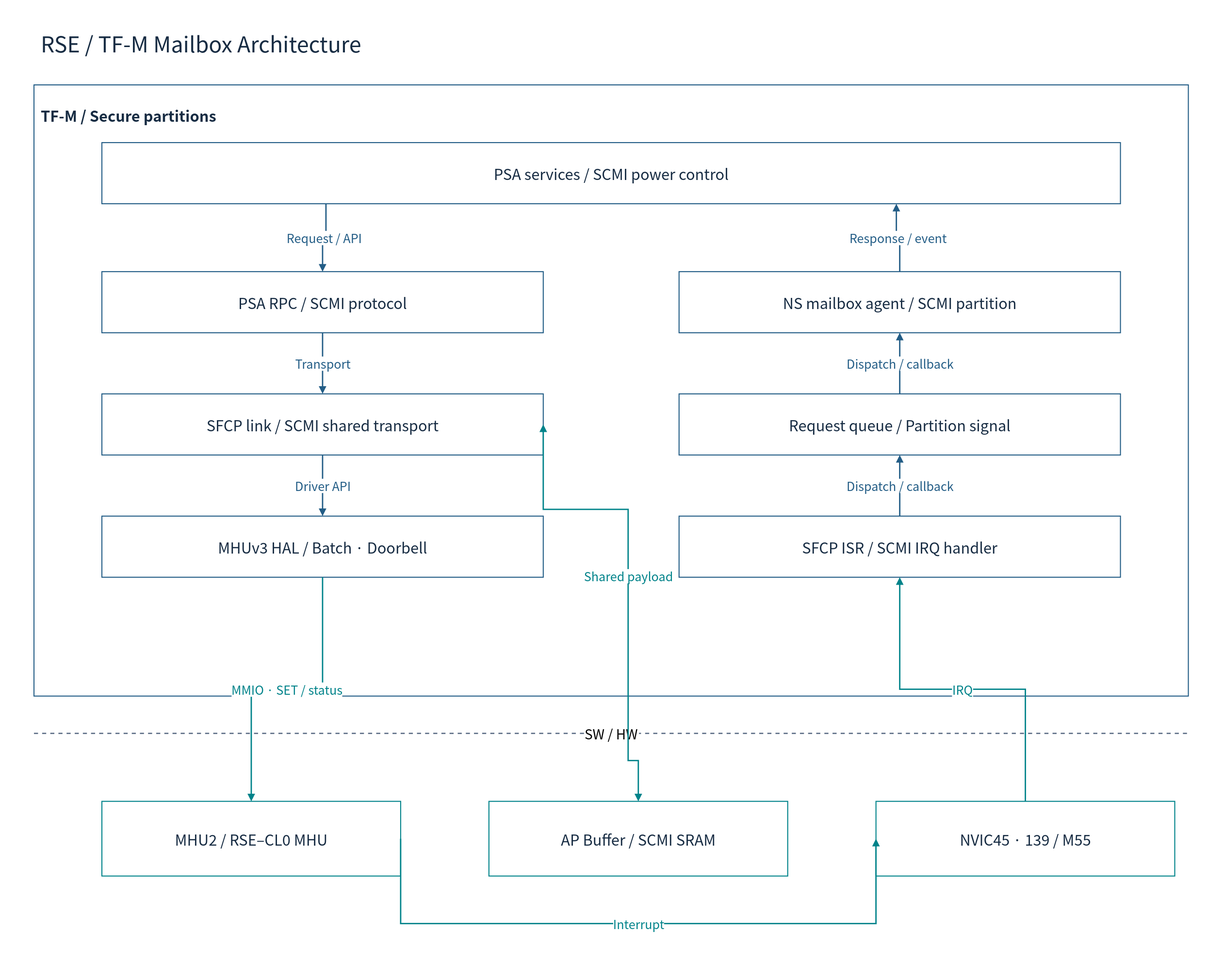
Above: doc/phase1/mailbox/diagrams/21-tfm-software.drawio.svg in cometzero/project-apollo (draw.io), before the change. Source tidied: cells renumbered, new cells last; positions are measured from the earlier drawing's top-left corner, leaving out a move shared by most shapes.
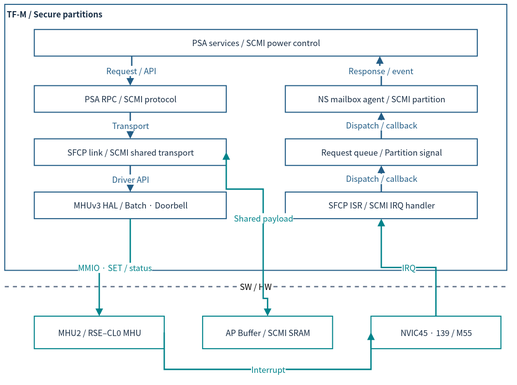
After the change.

What changed in the source:
```diff
@@ -2,88 +2,82 @@
   <root>
     <mxCell id="0" />
     <mxCell id="1" parent="0" />
-    <mxCell id="2" style="rounded=0;whiteSpace=wrap;html=1;fillColor=#FFFFFF;strokeColor=none;strokeWidth=1.5;fontColor=#172C43;fontFamily=Noto Sans CJK KR;fontSize=22;spacing=10;" parent="1" vertex="1">
-      <mxGeometry width="1800" height="1420" as="geometry" />
-    </mxCell>
-    <mxCell id="3" value="RSE / TF-M Mailbox Architecture" style="rounded=0;whiteSpace=wrap;html=1;fillColor=#FFFFFF;strokeColor=none;strokeWidth=1.5;fontColor=#172C43;fontFamily=Noto Sans CJK KR;fontSize=22;spacing=10;fontSize=32;align=left;" parent="1" vertex="1">
-      <mxGeometry x="50" y="30" width="1700" height="65" as="geometry" />
-    </mxCell>
-    <mxCell id="4" value="TF-M / Secure partitions" style="rounded=0;whiteSpace=wrap;html=1;fillColor=#FFFFFF;strokeColor=#235D86;strokeWidth=1.5;fontColor=#172C43;fontFamily=Noto Sans CJK KR;fontSize=22;spacing=10;verticalAlign=top;fontStyle=1;spacingTop=16;align=left;" parent="1" vertex="1">
-      <mxGeometry x="50" y="125" width="1700" height="900" as="geometry" />
+    <mxCell id="4" value="TF-M / Secure partitions" style="rounded=0;whiteSpace=wrap;html=1;fillColor=#FFFFFF;strokeColor=#235D86;strokeWidth=1.5;fontColor=#172C43;fontFamily=Noto Sans CJK KR;verticalAlign=top;fontStyle=1;align=left;fontSize=12;spacing=3;whiteSpace=wrap;" parent="1" vertex="1">
+      <mxGeometry x="12" y="29.4" width="740" height="391.8" as="geometry" />
     </mxCell>
-    <mxCell id="5" value="PSA services / SCMI power control" style="rounded=0;whiteSpace=wrap;html=1;fillColor=#FFFFFF;strokeColor=#235D86;strokeWidth=1.5;fontColor=#172C43;fontFamily=Noto Sans CJK KR;fontSize=22;spacing=10;" parent="4" vertex="1">
-      <mxGeometry x="100" y="85" width="1500" height="90" as="geometry" />
+    <mxCell id="5" value="PSA services / SCMI power control" style="rounded=0;whiteSpace=wrap;html=1;fillColor=#FFFFFF;strokeColor=#235D86;strokeWidth=1.5;fontColor=#172C43;fontFamily=Noto Sans CJK KR;fontSize=12;spacing=3;whiteSpace=wrap;" parent="4" vertex="1">
+      <mxGeometry x="43.5" y="37" width="652.9" height="39.2" as="geometry" />
     </mxCell>
-    <mxCell id="6" value="PSA RPC / SCMI protocol" style="rounded=0;whiteSpace=wrap;html=1;fillColor=#FFFFFF;strokeColor=#235D86;strokeWidth=1.5;fontColor=#172C43;fontFamily=Noto Sans CJK KR;fontSize=22;spacing=10;" parent="4" vertex="1">
-      <mxGeometry x="100" y="275" width="650" height="90" as="geometry" />
+    <mxCell id="6" value="PSA RPC / SCMI protocol" style="rounded=0;whiteSpace=wrap;html=1;fillColor=#FFFFFF;strokeColor=#235D86;strokeWidth=1.5;fontColor=#172C43;fontFamily=Noto Sans CJK KR;fontSize=12;spacing=3;whiteSpace=wrap;" parent="4" vertex="1">
+      <mxGeometry x="43.5" y="119.7" width="282.9" height="39.2" as="geometry" />
     </mxCell>
-    <mxCell id="7" value="SFCP link / SCMI shared transport" style="rounded=0;whiteSpace=wrap;html=1;fillColor=#FFFFFF;strokeColor=#235D86;strokeWidth=1.5;fontColor=#172C43;fontFamily=Noto Sans CJK KR;fontSize=22;spacing=10;" parent="4" vertex="1">
-      <mxGeometry x="100" y="455" width="650" height="90" as="geometry" />
+    <mxCell id="7" value="SFCP link / SCMI shared transport" style="rounded=0;whiteSpace=wrap;html=1;fillColor=#FFFFFF;strokeColor=#235D86;strokeWidth=1.5;fontColor=#172C43;fontFamily=Noto Sans CJK KR;fontSize=12;spacing=3;whiteSpace=wrap;" parent="4" vertex="1">
+      <mxGeometry x="43.5" y="198.1" width="282.9" height="39.2" as="geometry" />
     </mxCell>
-    <mxCell id="8" value="MHUv3 HAL / Batch · Doorbell" style="rounded=0;whiteSpace=wrap;html=1;fillColor=#FFFFFF;strokeColor=#235D86;strokeWidth=1.5;fontColor=#172C43;fontFamily=Noto Sans CJK KR;fontSize=22;spacing=10;" parent="4" vertex="1">
-      <mxGeometry x="100" y="635" width="650" height="90" as="geometry" />
+    <mxCell id="8" value="MHUv3 HAL / Batch · Doorbell" style="rounded=0;whiteSpace=wrap;html=1;fillColor=#FFFFFF;strokeColor=#235D86;strokeWidth=1.5;fontColor=#172C43;fontFamily=Noto Sans CJK KR;fontSize=12;spacing=3;whiteSpace=wrap;" parent="4" vertex="1">
+      <mxGeometry x="43.5" y="276.4" width="282.9" height="39.2" as="geometry" />
     </mxCell>
-    <mxCell id="9" value="NS mailbox agent / SCMI partition" style="rounded=0;whiteSpace=wrap;html=1;fillColor=#FFFFFF;strokeColor=#235D86;strokeWidth=1.5;fontColor=#172C43;fontFamily=Noto Sans CJK KR;fontSize=22;spacing=10;" parent="4" vertex="1">
-      <mxGeometry x="950" y="275" width="650" height="90" as="geometry" />
+    <mxCell id="9" value="NS mailbox agent / SCMI partition" style="rounded=0;whiteSpace=wrap;html=1;fillColor=#FFFFFF;strokeColor=#235D86;strokeWidth=1.5;fontColor=#172C43;fontFamily=Noto Sans CJK KR;fontSize=12;spacing=3;whiteSpace=wrap;" parent="4" vertex="1">
+      <mxGeometry x="413.5" y="119.7" width="282.9" height="39.2" as="geometry" />
     </mxCell>
-    <mxCell id="10" value="Request queue / Partition signal" style="rounded=0;whiteSpace=wrap;html=1;fillColor=#FFFFFF;strokeColor=#235D86;strokeWidth=1.5;fontColor=#172C43;fontFamily=Noto Sans CJK KR;fontSize=22;spacing=10;" parent="4" vertex="1">
-      <mxGeometry x="950" y="455" width="650" height="90" as="geometry" />
+    <mxCell id="10" value="Request queue / Partition signal" style="rounded=0;whiteSpace=wrap;html=1;fillColor=#FFFFFF;strokeColor=#235D86;strokeWidth=1.5;fontColor=#172C43;fontFamily=Noto Sans CJK KR;fontSize=12;spacing=3;whiteSpace=wrap;" parent="4" vertex="1">
+      <mxGeometry x="413.5" y="198.1" width="282.9" height="39.2" as="geometry" />
     </mxCell>
-    <mxCell id="11" value="SFCP ISR / SCMI IRQ handler" style="rounded=0;whiteSpace=wrap;html=1;fillColor=#FFFFFF;strokeColor=#235D86;strokeWidth=1.5;fontColor=#172C43;fontFamily=Noto Sans CJK KR;fontSize=22;spacing=10;" parent="4" vertex="1">
-      <mxGeometry x="950" y="635" width="650" height="90" as="geometry" />
+    <mxCell id="11" value="SFCP ISR / SCMI IRQ handler" style="rounded=0;whiteSpace=wrap;html=1;fillColor=#FFFFFF;strokeColor=#235D86;strokeWidth=1.5;fontColor=#172C43;fontFamily=Noto Sans CJK KR;fontSize=12;spacing=3;whiteSpace=wrap;" parent="4" vertex="1">
+      <mxGeometry x="413.5" y="276.4" width="282.9" height="39.2" as="geometry" />
     </mxCell>
-    <mxCell id="12" value="Request / API" style="edgeStyle=orthogonalEdgeStyle;rounded=0;html=1;endArrow=block;endFill=1;strokeWidth=2;strokeColor=#235D86;fontColor=#235D86;fontFamily=Noto Sans CJK KR;fontSize=18;labelBackgroundColor=#FFFFFF;exitX=0.22;exitY=1;entryX=0.5;entryY=0;" parent="1" edge="1" source="5" target="6">
+    <mxCell id="12" value="Request / API" style="edgeStyle=orthogonalEdgeStyle;rounded=0;html=1;endArrow=block;endFill=1;strokeWidth=2;strokeColor=#235D86;fontColor=#235D86;fontFamily=Noto Sans CJK KR;labelBackgroundColor=#FFFFFF;exitX=0.22;exitY=1;entryX=0.5;entryY=0;fontSize=12;spacing=3;whiteSpace=nowrap;" parent="1" edge="1" source="5" target="6">
       <mxGeometry relative="1" as="geometry" />
     </mxCell>
-    <mxCell id="13" value="Transport" style="edgeStyle=orthogonalEdgeStyle;rounded=0;html=1;endArrow=block;endFill=1;strokeWidth=2;strokeColor=#235D86;fontColor=#235D86;fontFamily=Noto Sans CJK KR;fontSize=18;labelBackgroundColor=#FFFFFF;exitX=0.5;exitY=1;entryX=0.5;entryY=0;" parent="1" edge="1" source="6" target="7">
+    <mxCell id="13" value="Transport" style="edgeStyle=orthogonalEdgeStyle;rounded=0;html=1;endArrow=block;endFill=1;strokeWidth=2;strokeColor=#235D86;fontColor=#235D86;fontFamily=Noto Sans CJK KR;labelBackgroundColor=#FFFFFF;exitX=0.5;exitY=1;entryX=0.5;entryY=0;fontSize=12;spacing=3;whiteSpace=nowrap;" parent="1" edge="1" source="6" target="7">
       <mxGeometry relative="1" as="geometry" />
     </mxCell>
-    <mxCell id="14" value="Driver API" style="edgeStyle=orthogonalEdgeStyle;rounded=0;html=1;endArrow=block;endFill=1;strokeWidth=2;strokeColor=#235D86;fontColor=#235D86;fontFamily=Noto Sans CJK KR;fontSize=18;labelBackgroundColor=#FFFFFF;exitX=0.5;exitY=1;entryX=0.5;entryY=0;" parent="1" edge="1" source="7" target="8">
+    <mxCell id="14" value="Driver API" style="edgeStyle=orthogonalEdgeStyle;rounded=0;html=1;endArrow=block;endFill=1;strokeWidth=2;strokeColor=#235D86;fontColor=#235D86;fontFamily=Noto Sans CJK KR;labelBackgroundColor=#FFFFFF;exitX=0.5;exitY=1;entryX=0.5;entryY=0;fontSize=12;spacing=3;whiteSpace=nowrap;" parent="1" edge="1" source="7" target="8">
       <mxGeometry relative="1" as="geometry" />
     </mxCell>
-    <mxCell id="15" value="Dispatch / callback" style="edgeStyle=orthogonalEdgeStyle;rounded=0;html=1;endArrow=block;endFill=1;strokeWidth=2;strokeColor=#235D86;fontColor=#235D86;fontFamily=Noto Sans CJK KR;fontSize=18;labelBackgroundColor=#FFFFFF;exitX=0.5;exitY=0;entryX=0.5;entryY=1;" parent="1" edge="1" source="10" target="9">
+    <mxCell id="15" value="Dispatch / callback" style="edgeStyle=orthogonalEdgeStyle;rounded=0;html=1;endArrow=block;endFill=1;strokeWidth=2;strokeColor=#235D86;fontColor=#235D86;fontFamily=Noto Sans CJK KR;labelBackgroundColor=#FFFFFF;exitX=0.5;exitY=0;entryX=0.5;entryY=1;fontSize=12;spacing=3;whiteSpace=nowrap;" parent="1" edge="1" source="10" target="9">
       <mxGeometry relative="1" as="geometry" />
     </mxCell>
-    <mxCell id="16" value="Dispatch / callback" style="edgeStyle=orthogonalEdgeStyle;rounded=0;html=1;endArrow=block;endFill=1;strokeWidth=2;strokeColor=#235D86;fontColor=#235D86;fontFamily=Noto Sans CJK KR;fontSize=18;labelBackgroundColor=#FFFFFF;exitX=0.5;exitY=0;entryX=0.5;entryY=1;" parent="1" edge="1" source="11" target="10">
+    <mxCell id="16" value="Dispatch / callback" style="edgeStyle=orthogonalEdgeStyle;rounded=0;html=1;endArrow=block;endFill=1;strokeWidth=2;strokeColor=#235D86;fontColor=#235D86;fontFamily=Noto Sans CJK KR;labelBackgroundColor=#FFFFFF;exitX=0.5;exitY=0;entryX=0.5;entryY=1;fontSize=12;spacing=3;whiteSpace=nowrap;" parent="1" edge="1" source="11" target="10">
       <mxGeometry relative="1" as="geometry" />
     </mxCell>
-    <mxCell id="17" value="Response / event" style="edgeStyle=orthogonalEdgeStyle;rounded=0;html=1;endArrow=block;endFill=1;strokeWidth=2;strokeColor=#235D86;fontColor=#235D86;fontFamily=Noto Sans CJK KR;fontSize=18;labelBackgroundColor=#FFFFFF;exitX=0.5;exitY=0;entryX=0.78;entryY=1;" parent="1" edge="1" source="9" target="5">
+    <mxCell id="17" value="Response / event" style="edgeStyle=orthogonalEdgeStyle;rounded=0;html=1;endArrow=block;endFill=1;strokeWidth=2;strokeColor=#235D86;fontColor=#235D86;fontFamily=Noto Sans CJK KR;labelBackgroundColor=#FFFFFF;exitX=0.5;exitY=0;entryX=0.78;entryY=1;fontSize=12;spacing=3;whiteSpace=nowrap;" parent="1" edge="1" source="9" target="5">
       <mxGeometry relative="1" as="geometry" />
     </mxCell>
-    <mxCell id="18" value="SW / HW" style="endArrow=none;dashed=1;strokeColor=#64748B;strokeWidth=2;fontSize=20;labelBackgroundColor=#FFFFFF;fontFamily=Noto Sans CJK KR;" parent="1" edge="1">
+    <mxCell id="18" value="SW / HW" style="endArrow=none;dashed=1;strokeColor=#64748B;strokeWidth=2;labelBackgroundColor=#FFFFFF;fontFamily=Noto Sans CJK KR;fontSize=12;spacing=3;whiteSpace=nowrap;" parent="1" edge="1">
       <mxGeometry relative="1" as="geometry">
-        <mxPoint x="50" y="1080" as="sourcePoint" />
-        <mxPoint x="1750" y="1080" as="targetPoint" />
+        <mxPoint x="12" y="445.1" as="sourcePoint" />
+        <mxPoint x="752" y="445.1" as="targetPoint" />
       </mxGeometry>
     </mxCell>
-    <mxCell id="19" value="MHU2 / RSE–CL0 MHU" style="rounded=0;whiteSpace=wrap;html=1;fillColor=#FFFFFF;strokeColor=#00838A;strokeWidth=1.5;fontColor=#172C43;fontFamily=Noto Sans CJK KR;fontSize=22;spacing=10;" parent="1" vertex="1">
-      <mxGeometry x="150" y="1180" width="440" height="110" as="geometry" />
+    <mxCell id="19" value="MHU2 / RSE–CL0 MHU" style="rounded=0;whiteSpace=wrap;html=1;fillColor=#FFFFFF;strokeColor=#00838A;strokeWidth=1.5;fontColor=#172C43;fontFamily=Noto Sans CJK KR;fontSize=12;spacing=3;whiteSpace=wrap;" parent="1" vertex="1">
+      <mxGeometry x="55.5" y="488.6" width="191.5" height="47.9" as="geometry" />
     </mxCell>
-    <mxCell id="20" value="AP Buffer / SCMI SRAM" style="rounded=0;whiteSpace=wrap;html=1;fillColor=#FFFFFF;strokeColor=#00838A;strokeWidth=1.5;fontColor=#172C43;fontFamily=Noto Sans CJK KR;fontSize=22;spacing=10;" parent="1" vertex="1">
-      <mxGeometry x="720" y="1180" width="440" height="110" as="geometry" />
+    <mxCell id="20" value="AP Buffer / SCMI SRAM" style="rounded=0;whiteSpace=wrap;html=1;fillColor=#FFFFFF;strokeColor=#00838A;strokeWidth=1.5;fontColor=#172C43;fontFamily=Noto Sans CJK KR;fontSize=12;spacing=3;whiteSpace=wrap;" parent="1" vertex="1">
+      <mxGeometry x="303.6" y="488.6" width="191.5" height="47.9" as="geometry" />
     </mxCell>
-    <mxCell id="21" value="NVIC45 · 139 / M55" style="rounded=0;whiteSpace=wrap;html=1;fillColor=#FFFFFF;strokeColor=#00838A;strokeWidth=1.5;fontColor=#172C43;fontFamily=Noto Sans CJK KR;fontSize=22;spacing=10;" parent="1" vertex="1">
-      <mxGeometry x="1290" y="1180" width="440" height="110" as="geometry" />
+    <mxCell id="21" value="NVIC45 · 139 / M55" style="rounded=0;whiteSpace=wrap;html=1;fillColor=#FFFFFF;strokeColor=#00838A;strokeWidth=1.5;fontColor=#172C43;fontFamily=Noto Sans CJK KR;fontSize=12;spacing=3;whiteSpace=wrap;" parent="1" vertex="1">
+      <mxGeometry x="551.8" y="488.6" width="191.5" height="47.9" as="geometry" />
     </mxCell>
-    <mxCell id="22" value="MMIO · SET / status" style="edgeStyle=orthogonalEdgeStyle;rounded=0;html=1;endArrow=block;endFill=1;strokeWidth=2;strokeColor=#00838A;fontColor=#00838A;fontFamily=Noto Sans CJK KR;fontSize=18;labelBackgroundColor=#FFFFFF;exitX=0.5;exitY=1;entryX=0.5;entryY=0;" parent="1" edge="1" source="8" target="19">
+    <mxCell id="22" value="MMIO · SET / status" style="edgeStyle=orthogonalEdgeStyle;rounded=0;html=1;endArrow=block;endFill=1;strokeWidth=2;strokeColor=#00838A;fontColor=#00838A;fontFamily=Noto Sans CJK KR;labelBackgroundColor=#FFFFFF;exitX=0.5;exitY=1;entryX=0.5;entryY=0;fontSize=12;spacing=3;whiteSpace=nowrap;" parent="1" edge="1" source="8" target="19">
       <mxGeometry relative="1" as="geometry" />
     </mxCell>
-    <mxCell id="23" value="IRQ" style="edgeStyle=orthogonalEdgeStyle;rounded=0;html=1;endArrow=block;endFill=1;strokeWidth=2;strokeColor=#00838A;fontColor=#00838A;fontFamily=Noto Sans CJK KR;fontSize=18;labelBackgroundColor=#FFFFFF;exitX=0.5;exitY=0;entryX=0.5;entryY=1;" parent="1" edge="1" source="21" target="11">
+    <mxCell id="23" value="IRQ" style="edgeStyle=orthogonalEdgeStyle;rounded=0;html=1;endArrow=block;endFill=1;strokeWidth=2;strokeColor=#00838A;fontColor=#00838A;fontFamily=Noto Sans CJK KR;labelBackgroundColor=#FFFFFF;exitX=0.5;exitY=0;entryX=0.5;entryY=1;fontSize=12;spacing=3;whiteSpace=nowrap;" parent="1" edge="1" source="21" target="11">
       <mxGeometry relative="1" as="geometry" />
     </mxCell>
-    <mxCell id="24" value="Interrupt" style="edgeStyle=orthogonalEdgeStyle;rounded=0;html=1;endArrow=block;endFill=1;strokeWidth=2;strokeColor=#00838A;fontColor=#00838A;fontFamily=Noto Sans CJK KR;fontSize=18;labelBackgroundColor=#FFFFFF;exitX=1;exitY=0.5;entryX=0;entryY=0.5;" parent="1" edge="1" source="19" target="21">
+    <mxCell id="24" value="Interrupt" style="edgeStyle=orthogonalEdgeStyle;rounded=0;html=1;endArrow=block;endFill=1;strokeWidth=2;strokeColor=#00838A;fontColor=#00838A;fontFamily=Noto Sans CJK KR;labelBackgroundColor=#FFFFFF;exitX=1;exitY=0.5;entryX=0;entryY=0.5;fontSize=12;spacing=3;whiteSpace=nowrap;" parent="1" edge="1" source="19" target="21">
       <mxGeometry relative="1" as="geometry">
         <Array as="points">
-          <mxPoint x="650" y="1360" />
-          <mxPoint x="1500" y="1360" />
+          <mxPoint x="273.2" y="567" />
+          <mxPoint x="643.2" y="567" />
         </Array>
       </mxGeometry>
     </mxCell>
-    <mxCell id="25" value="Shared payload" style="edgeStyle=orthogonalEdgeStyle;rounded=0;html=1;endArrow=block;endFill=1;strokeWidth=2;strokeColor=#00838A;fontColor=#00838A;fontFamily=Noto Sans CJK KR;fontSize=18;labelBackgroundColor=#FFFFFF;exitX=1;exitY=0.5;entryX=0.5;entryY=0;startArrow=block;startFill=1;" parent="1" edge="1" source="7" target="20">
+    <mxCell id="25" value="Shared payload" style="edgeStyle=orthogonalEdgeStyle;rounded=0;html=1;endArrow=block;endFill=1;strokeWidth=2;strokeColor=#00838A;fontColor=#00838A;fontFamily=Noto Sans CJK KR;labelBackgroundColor=#FFFFFF;exitX=1;exitY=0.5;entryX=0.5;entryY=0;startArrow=block;startFill=1;fontSize=12;spacing=3;whiteSpace=nowrap;" parent="1" edge="1" source="7" target="20">
       <mxGeometry relative="1" as="geometry">
         <Array as="points">
-          <mxPoint x="925" y="750" />
-          <mxPoint x="925" y="1120" />
+          <mxPoint x="392.9" y="301.5" />
+          <mxPoint x="392.9" y="462.5" />
         </Array>
       </mxGeometry>
     </mxCell>
```
